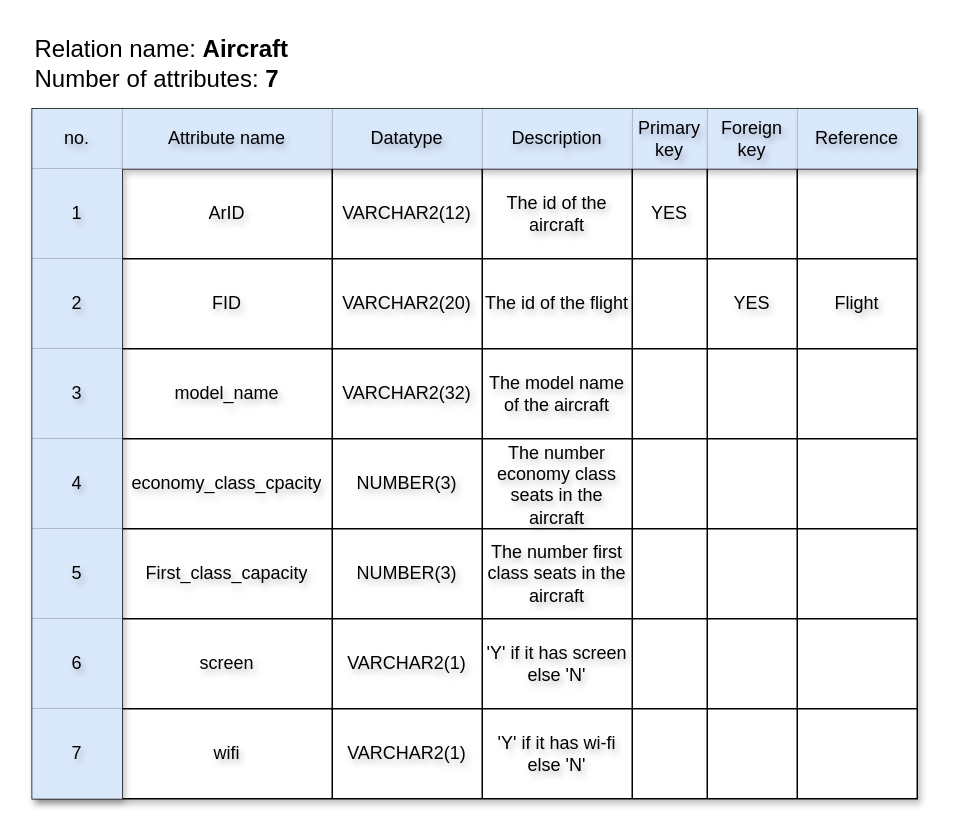
Before: page "Aircraft_data_dictionary" (7 of 8) of Airport-DBMS.drawio in AbdullahKhkmba/Airport-DBMS, a draw.io diagram. Source tidied: cells renumbered, new cells numbered last; positions are measured from the earlier drawing's top-left corner, leaving out a move shared by most shapes. Both pictures are drawn from the tidied source at 150%, with x=0, y=0 at pixel (32, 26).
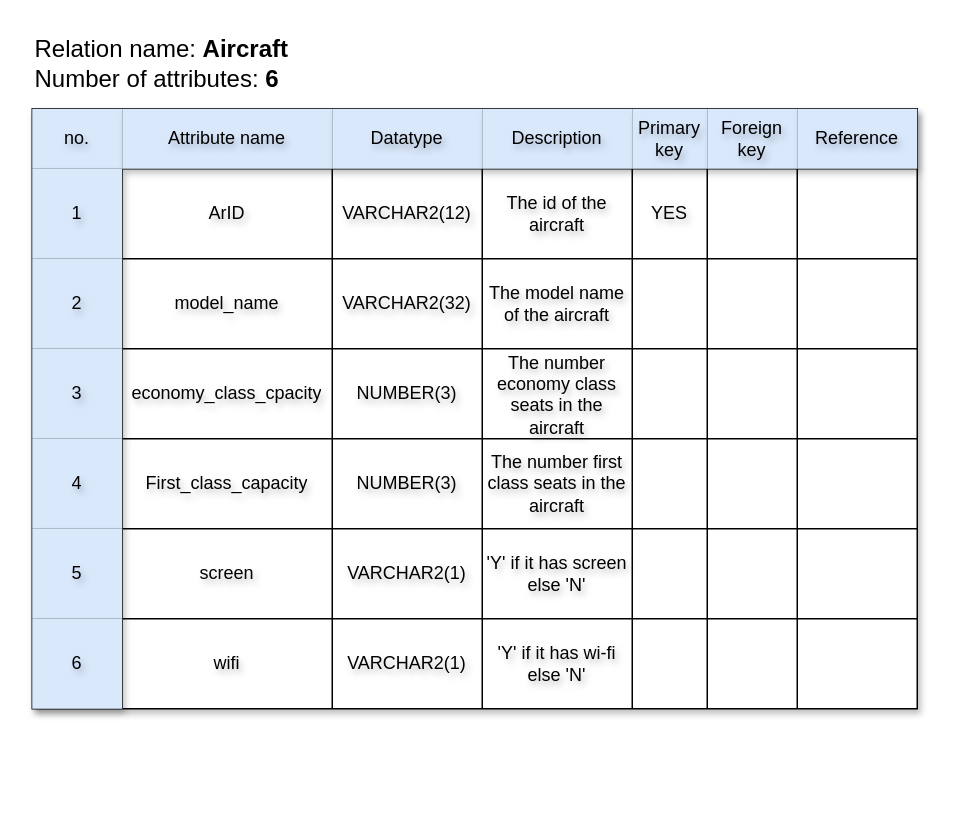
Above is the later version.

What changed in the source:
```diff
@@
     <mxCell id="2" style="shape=table;startSize=0;childLayout=tableLayout;rounded=1;shadow=1;textShadow=1;swimlaneFillColor=none;" parent="1" vertex="1">
-      <mxGeometry y="55" width="590" height="460" as="geometry" />
+      <mxGeometry y="55" width="590" height="400" as="geometry" />
     </mxCell>
@@
-    <mxCell id="19" style="shape=tableRow;horizontal=0;startSize=0;swimlaneHead=0;swimlaneBody=0;strokeColor=inherit;top=0;left=0;bottom=0;right=0;fillColor=none;rounded=1;shadow=1;textShadow=1;swimlaneFillColor=none;" parent="2" vertex="1">
-      <mxGeometry y="100" width="590" height="60" as="geometry" />
-    </mxCell>
-    <mxCell id="20" value="2" style="shape=partialRectangle;html=1;whiteSpace=wrap;strokeColor=#6c8ebf;overflow=hidden;fillColor=#dae8fc;top=0;left=0;bottom=0;right=0;rounded=1;shadow=1;textShadow=1;swimlaneFillColor=none;" parent="19" vertex="1">
-      <mxGeometry width="60" height="60" as="geometry" />
-    </mxCell>
-    <mxCell id="21" value="FID" style="shape=partialRectangle;html=1;whiteSpace=wrap;strokeColor=inherit;overflow=hidden;fillColor=none;top=0;left=0;bottom=0;right=0;rounded=1;shadow=1;textShadow=1;swimlaneFillColor=none;" parent="19" vertex="1">
-      <mxGeometry x="60" width="140" height="60" as="geometry" />
-    </mxCell>
-    <mxCell id="22" value="VARCHAR2(20)" style="shape=partialRectangle;html=1;whiteSpace=wrap;strokeColor=inherit;overflow=hidden;fillColor=none;top=0;left=0;bottom=0;right=0;rounded=1;shadow=1;textShadow=1;swimlaneFillColor=none;" parent="19" vertex="1">
-      <mxGeometry x="200" width="100" height="60" as="geometry" />
-    </mxCell>
-    <mxCell id="23" value="The id of the flight" style="shape=partialRectangle;html=1;whiteSpace=wrap;strokeColor=inherit;overflow=hidden;fillColor=none;top=0;left=0;bottom=0;right=0;rounded=1;shadow=1;textShadow=1;swimlaneFillColor=none;" parent="19" vertex="1">
-      <mxGeometry x="300" width="100" height="60" as="geometry" />
-    </mxCell>
-    <mxCell id="24" style="shape=partialRectangle;html=1;whiteSpace=wrap;strokeColor=inherit;overflow=hidden;fillColor=none;top=0;left=0;bottom=0;right=0;rounded=1;shadow=1;textShadow=1;swimlaneFillColor=none;" parent="19" vertex="1">
-      <mxGeometry x="400" width="50" height="60" as="geometry" />
-    </mxCell>
-    <mxCell id="25" value="YES" style="shape=partialRectangle;html=1;whiteSpace=wrap;strokeColor=inherit;overflow=hidden;fillColor=none;top=0;left=0;bottom=0;right=0;rounded=1;shadow=1;textShadow=1;swimlaneFillColor=none;" parent="19" vertex="1">
-      <mxGeometry x="450" width="60" height="60" as="geometry" />
-    </mxCell>
-    <mxCell id="26" value="Flight" style="shape=partialRectangle;html=1;whiteSpace=wrap;strokeColor=inherit;overflow=hidden;fillColor=none;top=0;left=0;bottom=0;right=0;rounded=1;shadow=1;textShadow=1;swimlaneFillColor=none;" parent="19" vertex="1">
-      <mxGeometry x="510" width="80" height="60" as="geometry" />
-    </mxCell>
     <mxCell id="27" style="shape=tableRow;horizontal=0;startSize=0;swimlaneHead=0;swimlaneBody=0;strokeColor=inherit;top=0;left=0;bottom=0;right=0;fillColor=none;rounded=1;shadow=1;textShadow=1;swimlaneFillColor=none;" parent="2" vertex="1">
-      <mxGeometry y="160" width="590" height="60" as="geometry" />
+      <mxGeometry y="100" width="590" height="60" as="geometry" />
     </mxCell>
-    <mxCell id="28" value="3" style="shape=partialRectangle;html=1;whiteSpace=wrap;strokeColor=#6c8ebf;overflow=hidden;fillColor=#dae8fc;top=0;left=0;bottom=0;right=0;rounded=1;shadow=1;textShadow=1;swimlaneFillColor=none;" parent="27" vertex="1">
+    <mxCell id="28" value="2" style="shape=partialRectangle;html=1;whiteSpace=wrap;strokeColor=#6c8ebf;overflow=hidden;fillColor=#dae8fc;top=0;left=0;bottom=0;right=0;rounded=1;shadow=1;textShadow=1;swimlaneFillColor=none;" parent="27" vertex="1">
       <mxGeometry width="60" height="60" as="geometry" />
     </mxCell>
@@
     <mxCell id="35" style="shape=tableRow;horizontal=0;startSize=0;swimlaneHead=0;swimlaneBody=0;strokeColor=inherit;top=0;left=0;bottom=0;right=0;fillColor=none;rounded=1;shadow=1;textShadow=1;swimlaneFillColor=none;" parent="2" vertex="1">
-      <mxGeometry y="220" width="590" height="60" as="geometry" />
+      <mxGeometry y="160" width="590" height="60" as="geometry" />
     </mxCell>
-    <mxCell id="36" value="4" style="shape=partialRectangle;html=1;whiteSpace=wrap;strokeColor=#6c8ebf;overflow=hidden;fillColor=#dae8fc;top=0;left=0;bottom=0;right=0;rounded=1;shadow=1;textShadow=1;swimlaneFillColor=none;" parent="35" vertex="1">
+    <mxCell id="36" value="3" style="shape=partialRectangle;html=1;whiteSpace=wrap;strokeColor=#6c8ebf;overflow=hidden;fillColor=#dae8fc;top=0;left=0;bottom=0;right=0;rounded=1;shadow=1;textShadow=1;swimlaneFillColor=none;" parent="35" vertex="1">
       <mxGeometry width="60" height="60" as="geometry" />
     </mxCell>
@@
     <mxCell id="43" style="shape=tableRow;horizontal=0;startSize=0;swimlaneHead=0;swimlaneBody=0;strokeColor=inherit;top=0;left=0;bottom=0;right=0;fillColor=none;rounded=1;shadow=1;textShadow=1;swimlaneFillColor=none;" parent="2" vertex="1">
-      <mxGeometry y="280" width="590" height="60" as="geometry" />
+      <mxGeometry y="220" width="590" height="60" as="geometry" />
     </mxCell>
-    <mxCell id="44" value="5" style="shape=partialRectangle;html=1;whiteSpace=wrap;strokeColor=#6c8ebf;overflow=hidden;fillColor=#dae8fc;top=0;left=0;bottom=0;right=0;rounded=1;shadow=1;textShadow=1;swimlaneFillColor=none;" parent="43" vertex="1">
+    <mxCell id="44" value="4" style="shape=partialRectangle;html=1;whiteSpace=wrap;strokeColor=#6c8ebf;overflow=hidden;fillColor=#dae8fc;top=0;left=0;bottom=0;right=0;rounded=1;shadow=1;textShadow=1;swimlaneFillColor=none;" parent="43" vertex="1">
       <mxGeometry width="60" height="60" as="geometry" />
     </mxCell>
@@
     <mxCell id="51" style="shape=tableRow;horizontal=0;startSize=0;swimlaneHead=0;swimlaneBody=0;strokeColor=inherit;top=0;left=0;bottom=0;right=0;fillColor=none;rounded=1;shadow=1;textShadow=1;swimlaneFillColor=none;" parent="2" vertex="1">
-      <mxGeometry y="340" width="590" height="60" as="geometry" />
+      <mxGeometry y="280" width="590" height="60" as="geometry" />
     </mxCell>
-    <mxCell id="52" value="6" style="shape=partialRectangle;html=1;whiteSpace=wrap;strokeColor=#6c8ebf;overflow=hidden;fillColor=#dae8fc;top=0;left=0;bottom=0;right=0;rounded=1;shadow=1;textShadow=1;swimlaneFillColor=none;" parent="51" vertex="1">
+    <mxCell id="52" value="5" style="shape=partialRectangle;html=1;whiteSpace=wrap;strokeColor=#6c8ebf;overflow=hidden;fillColor=#dae8fc;top=0;left=0;bottom=0;right=0;rounded=1;shadow=1;textShadow=1;swimlaneFillColor=none;" parent="51" vertex="1">
       <mxGeometry width="60" height="60" as="geometry" />
     </mxCell>
@@
     <mxCell id="59" style="shape=tableRow;horizontal=0;startSize=0;swimlaneHead=0;swimlaneBody=0;strokeColor=inherit;top=0;left=0;bottom=0;right=0;fillColor=none;rounded=1;shadow=1;textShadow=1;swimlaneFillColor=none;" parent="2" vertex="1">
-      <mxGeometry y="400" width="590" height="60" as="geometry" />
+      <mxGeometry y="340" width="590" height="60" as="geometry" />
     </mxCell>
-    <mxCell id="60" value="7" style="shape=partialRectangle;html=1;whiteSpace=wrap;strokeColor=#6c8ebf;overflow=hidden;fillColor=#dae8fc;top=0;left=0;bottom=0;right=0;rounded=1;shadow=1;textShadow=1;swimlaneFillColor=none;" parent="59" vertex="1">
+    <mxCell id="60" value="6" style="shape=partialRectangle;html=1;whiteSpace=wrap;strokeColor=#6c8ebf;overflow=hidden;fillColor=#dae8fc;top=0;left=0;bottom=0;right=0;rounded=1;shadow=1;textShadow=1;swimlaneFillColor=none;" parent="59" vertex="1">
       <mxGeometry width="60" height="60" as="geometry" />
     </mxCell>
@@
-    <mxCell id="67" value="&lt;div style=&quot;&quot;&gt;&lt;span style=&quot;font-size: 16px; background-color: initial;&quot;&gt;Relation name:&lt;b&gt;&amp;nbsp;Aircraft&lt;/b&gt;&lt;/span&gt;&lt;/div&gt;&lt;div style=&quot;font-size: 16px;&quot;&gt;&lt;font style=&quot;font-size: 16px;&quot;&gt;Number of attributes:&lt;b&gt;&amp;nbsp;7&lt;/b&gt;&lt;/font&gt;&lt;/div&gt;" style="text;html=1;align=left;verticalAlign=middle;strokeColor=none;fillColor=none;" parent="1" vertex="1">
+    <mxCell id="67" value="&lt;div style=&quot;&quot;&gt;&lt;span style=&quot;font-size: 16px; background-color: initial;&quot;&gt;Relation name:&lt;b&gt;&amp;nbsp;Aircraft&lt;/b&gt;&lt;/span&gt;&lt;/div&gt;&lt;div style=&quot;font-size: 16px;&quot;&gt;&lt;font style=&quot;font-size: 16px;&quot;&gt;Number of attributes:&lt;b&gt;&amp;nbsp;6&lt;/b&gt;&lt;/font&gt;&lt;/div&gt;" style="text;html=1;align=left;verticalAlign=middle;strokeColor=none;fillColor=none;" parent="1" vertex="1">
       <mxGeometry width="190" height="50" as="geometry" />
     </mxCell>
```
